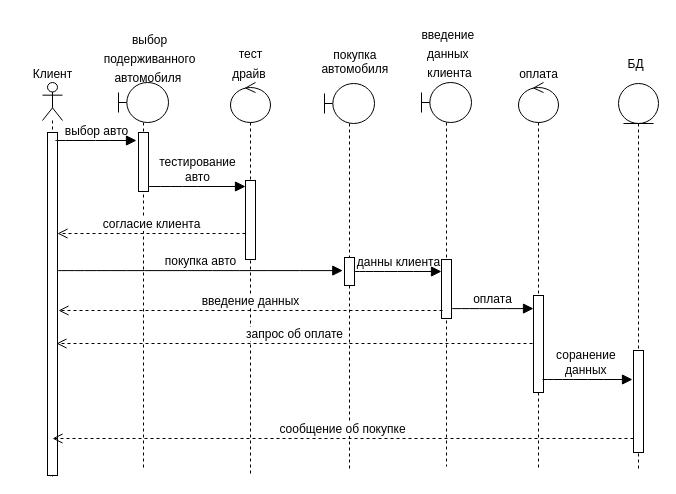
mati-tech/draw.io keeps this draw.io diagram as sequence_diagram_masa.drawio. Above is the earlier version. Source tidied: cells renumbered, new cells numbered last; positions are measured from the earlier drawing's top-left corner, leaving out a move shared by most shapes. Both pictures are drawn from the tidied source at 100%, with x=0, y=0 at pixel (23, 17).
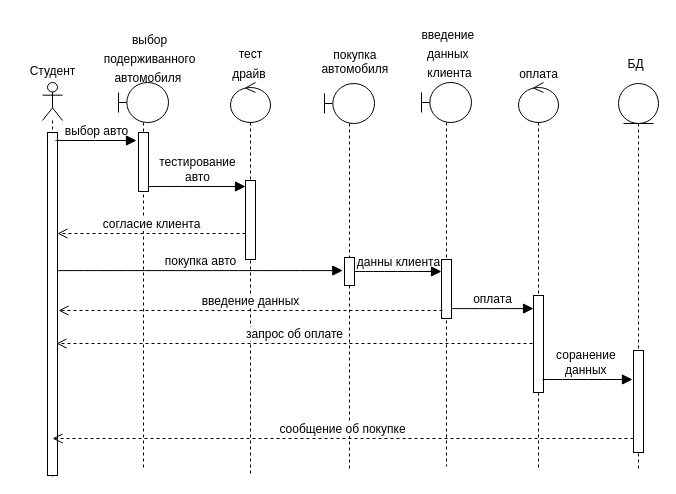
The same diagram, later.

Change to the diagram source:
```diff
@@
-    <mxCell id="4" value="Клиент&lt;div style=&quot;font-size: 12px;&quot;&gt;&lt;br style=&quot;font-size: 12px;&quot;&gt;&lt;/div&gt;" style="text;html=1;align=center;verticalAlign=middle;strokeColor=none;fillColor=none;fontSize=12;" parent="1" vertex="1">
-      <mxGeometry y="43" width="58" height="41" as="geometry" />
+    <mxCell id="4" value="&lt;div style=&quot;font-size: 12px;&quot;&gt;Студент&lt;/div&gt;" style="text;html=1;align=center;verticalAlign=middle;strokeColor=none;fillColor=none;fontSize=12;" parent="1" vertex="1">
+      <mxGeometry x="-6" y="39" width="70" height="30" as="geometry" />
     </mxCell>
```
